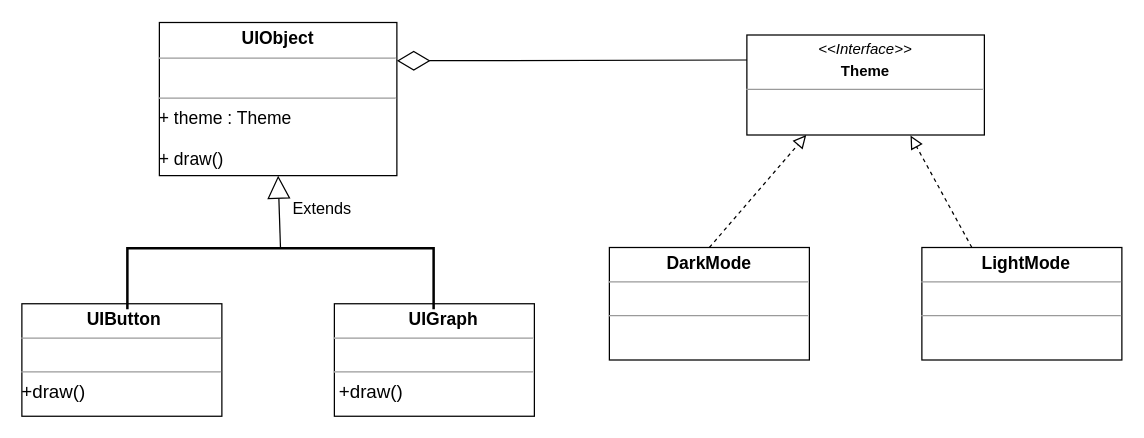
MaksShadows/Patterns keeps this draw.io diagram as structural/bridge/bridge.drawio. Above is the earlier version. Source tidied: cells renumbered, new cells numbered last; positions are measured from the earlier drawing's top-left corner, leaving out a move shared by most shapes. Both pictures are drawn from the tidied source at 125%, with x=0, y=0 at pixel (21, 22).
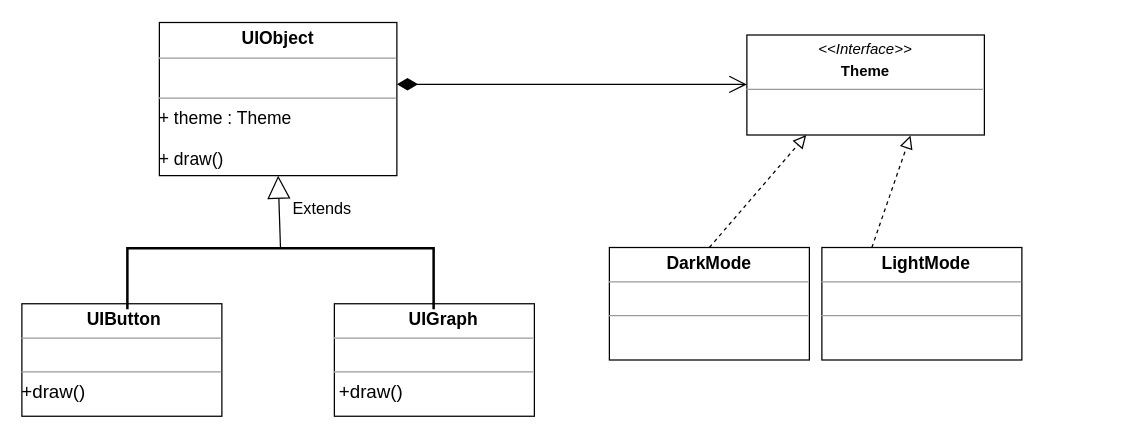
After the change.

Diff of the diagram source:
```diff
@@
 <mxGraphModel>
   <root>
     <mxCell id="0" />
     <mxCell id="1" parent="0" />
     <mxCell id="2" value="&lt;p style=&quot;margin: 0px ; margin-top: 4px ; text-align: center&quot;&gt;&lt;i&gt;&amp;lt;&amp;lt;Interface&amp;gt;&amp;gt;&lt;/i&gt;&lt;br&gt;&lt;/p&gt;&lt;p style=&quot;margin: 0px ; margin-top: 4px ; text-align: center&quot;&gt;&lt;b&gt;Theme&lt;/b&gt;&lt;br&gt;&lt;/p&gt;&lt;hr size=&quot;1&quot;&gt;&lt;p style=&quot;text-align: justify ; margin: 0px 0px 0px 4px&quot;&gt;&lt;font style=&quot;font-size: 14px&quot;&gt;&amp;nbsp;&amp;nbsp;&lt;/font&gt;&lt;/p&gt;" style="verticalAlign=top;align=left;overflow=fill;fontSize=12;fontFamily=Helvetica;html=1;" parent="1" vertex="1">
       <mxGeometry x="580" y="9.5" width="190" height="80" as="geometry" />
     </mxCell>
     <mxCell id="3" value="&lt;p style=&quot;margin: 0px ; margin-top: 4px ; text-align: center&quot;&gt;&lt;span style=&quot;font-size: 14px&quot;&gt;&lt;b&gt;DarkMode&lt;/b&gt;&lt;/span&gt;&lt;br&gt;&lt;/p&gt;&lt;hr size=&quot;1&quot;&gt;&lt;p style=&quot;margin: 0px ; margin-left: 4px&quot;&gt;&lt;br&gt;&lt;/p&gt;&lt;hr size=&quot;1&quot;&gt;&lt;p style=&quot;margin: 0px 0px 0px 4px ; font-size: 14px&quot;&gt;&lt;/p&gt;" style="verticalAlign=top;align=left;overflow=fill;fontSize=12;fontFamily=Helvetica;html=1;" parent="1" vertex="1">
       <mxGeometry x="470" y="179.5" width="160" height="90" as="geometry" />
     </mxCell>
     <mxCell id="4" value="&lt;p style=&quot;margin: 0px ; margin-top: 4px ; text-align: center&quot;&gt;&lt;b&gt;&amp;nbsp;&lt;/b&gt;&lt;b style=&quot;font-size: 14px&quot;&gt;&amp;nbsp;LightMode&lt;/b&gt;&lt;/p&gt;&lt;hr size=&quot;1&quot;&gt;&lt;p style=&quot;margin: 0px ; margin-left: 4px&quot;&gt;&lt;br&gt;&lt;/p&gt;&lt;hr size=&quot;1&quot;&gt;&lt;p style=&quot;margin: 0px ; margin-left: 4px&quot;&gt;&lt;br&gt;&lt;/p&gt;" style="verticalAlign=top;align=left;overflow=fill;fontSize=12;fontFamily=Helvetica;html=1;" parent="1" vertex="1">
-      <mxGeometry x="720" y="179.5" width="160" height="90" as="geometry" />
+      <mxGeometry x="640" y="179.5" width="160" height="90" as="geometry" />
     </mxCell>
     <mxCell id="5" value="&lt;p style=&quot;margin: 0px ; margin-top: 4px ; text-align: center&quot;&gt;&lt;span style=&quot;font-size: 14px&quot;&gt;&lt;b&gt;&amp;nbsp; UIButton&amp;nbsp;&lt;/b&gt;&lt;/span&gt;&lt;br&gt;&lt;/p&gt;&lt;hr size=&quot;1&quot;&gt;&lt;p style=&quot;margin: 0px ; margin-left: 4px&quot;&gt;&lt;br&gt;&lt;/p&gt;&lt;hr size=&quot;1&quot;&gt;&lt;font style=&quot;font-size: 15px&quot;&gt;+draw()&lt;/font&gt;&lt;br&gt;&lt;p style=&quot;margin: 0px 0px 0px 4px ; font-size: 14px&quot;&gt;&lt;/p&gt;" style="verticalAlign=top;align=left;overflow=fill;fontSize=12;fontFamily=Helvetica;html=1;" parent="1" vertex="1">
       <mxGeometry y="224.5" width="160" height="90" as="geometry" />
     </mxCell>
     <mxCell id="6" value="&lt;p style=&quot;margin: 0px ; margin-top: 4px ; text-align: center&quot;&gt;&lt;b&gt;&amp;nbsp;&lt;/b&gt;&lt;b style=&quot;font-size: 14px&quot;&gt;&amp;nbsp;&lt;/b&gt;&lt;b style=&quot;font-size: 14px&quot;&gt;&amp;nbsp; UIGraph&lt;/b&gt;&lt;/p&gt;&lt;hr size=&quot;1&quot;&gt;&lt;p style=&quot;margin: 0px ; margin-left: 4px&quot;&gt;&lt;br&gt;&lt;/p&gt;&lt;hr size=&quot;1&quot;&gt;&lt;p style=&quot;margin: 0px ; margin-left: 4px&quot;&gt;&lt;span style=&quot;font-size: 15px&quot;&gt;+draw()&lt;/span&gt;&lt;br&gt;&lt;/p&gt;" style="verticalAlign=top;align=left;overflow=fill;fontSize=12;fontFamily=Helvetica;html=1;" parent="1" vertex="1">
       <mxGeometry x="250" y="224.5" width="160" height="90" as="geometry" />
     </mxCell>
     <mxCell id="7" style="strokeWidth=2;html=1;shape=mxgraph.flowchart.annotation_1;align=left;rotation=90;" parent="1" vertex="1">
       <mxGeometry x="182.5" y="82" width="48.8" height="245" as="geometry" />
     </mxCell>
     <mxCell id="8" value="&lt;font style=&quot;font-size: 13px&quot;&gt;Extends&lt;/font&gt;" style="endArrow=block;endSize=16;endFill=0;html=1;exitX=0;exitY=0.5;exitDx=0;exitDy=0;exitPerimeter=0;entryX=0.5;entryY=1;entryDx=0;entryDy=0;" parent="1" edge="1" source="7" target="10">
       <mxGeometry x="0.06" y="-34" relative="1" as="geometry" />
     </mxCell>
-    <mxCell id="9" style="endArrow=diamondThin;endFill=0;endSize=24;html=1;entryX=1;entryY=0.25;entryDx=0;entryDy=0;exitX=0;exitY=0.25;exitDx=0;exitDy=0;" parent="1" edge="1" source="2" target="10">
-      <mxGeometry relative="1" as="geometry" />
-    </mxCell>
     <mxCell id="10" value="&lt;p style=&quot;margin: 4px 0px 0px ; text-align: center ; font-size: 14px&quot;&gt;&lt;font style=&quot;font-size: 14px&quot;&gt;&lt;b&gt;UIObject&lt;/b&gt;&lt;br&gt;&lt;/font&gt;&lt;/p&gt;&lt;hr size=&quot;1&quot; style=&quot;font-size: 14px&quot;&gt;&lt;p style=&quot;margin: 0px 0px 0px 4px ; font-size: 14px&quot;&gt;&lt;/p&gt;&lt;font style=&quot;font-size: 14px&quot;&gt;&lt;br&gt;&lt;/font&gt;&lt;hr size=&quot;1&quot; style=&quot;font-size: 14px&quot;&gt;&lt;font style=&quot;font-size: 14px&quot;&gt;+ theme : Theme&lt;br&gt;&lt;br&gt;+ draw()&lt;/font&gt;&lt;br&gt;&lt;p style=&quot;margin: 0px 0px 0px 4px ; font-size: 14px&quot;&gt;&lt;/p&gt;" style="verticalAlign=top;align=left;overflow=fill;fontSize=12;fontFamily=Helvetica;html=1;" parent="1" vertex="1">
       <mxGeometry x="110" y="-0.5" width="190" height="122.5" as="geometry" />
     </mxCell>
     <mxCell id="11" style="endArrow=block;startArrow=none;endFill=0;startFill=0;endSize=8;html=1;verticalAlign=bottom;dashed=1;labelBackgroundColor=none;exitX=0.5;exitY=0;exitDx=0;exitDy=0;entryX=0.25;entryY=1;entryDx=0;entryDy=0;" parent="1" edge="1" source="3" target="2">
       <mxGeometry relative="1" as="geometry" />
     </mxCell>
     <mxCell id="12" style="endArrow=block;startArrow=none;endFill=0;startFill=0;endSize=8;html=1;verticalAlign=bottom;dashed=1;labelBackgroundColor=none;exitX=0.25;exitY=0;exitDx=0;exitDy=0;entryX=0.689;entryY=1.006;entryDx=0;entryDy=0;entryPerimeter=0;" parent="1" edge="1" source="4" target="2">
       <mxGeometry relative="1" as="geometry" />
     </mxCell>
+    <mxCell id="13" style="endArrow=open;html=1;endSize=12;startArrow=diamondThin;startSize=14;startFill=1;edgeStyle=orthogonalEdgeStyle;align=left;verticalAlign=bottom;exitX=1;exitY=0.404;exitDx=0;exitDy=0;exitPerimeter=0;" parent="1" edge="1" source="10">
+      <mxGeometry x="-0.75" y="47" relative="1" as="geometry">
+        <mxPoint x="580" y="49" as="targetPoint" />
+        <Array as="points">
+          <mxPoint x="360" y="49" />
+          <mxPoint x="360" y="49" />
+        </Array>
+      </mxGeometry>
+    </mxCell>
   </root>
 </mxGraphModel>
```
